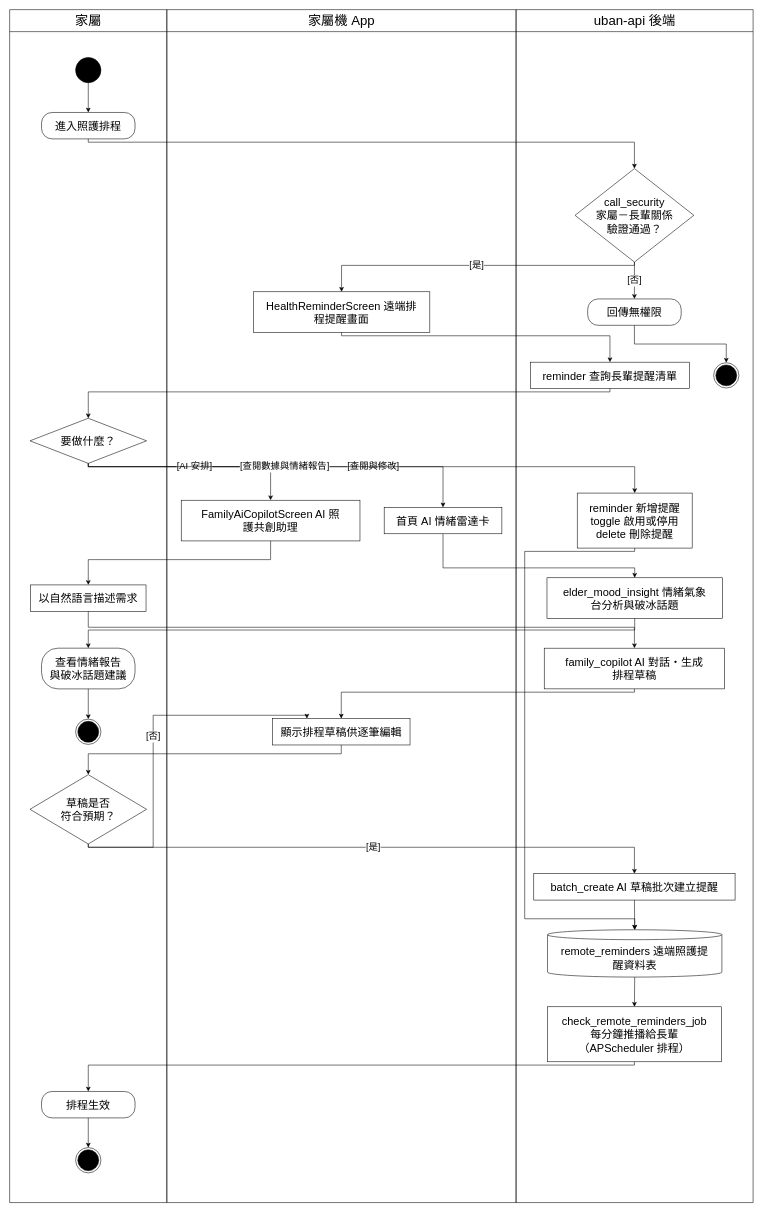
The draw.io diagram Uban System Documents/drawio圖/A14-照護排程管理.drawio in HuangYu-Kai/Uban, before the edit. Source tidied: cells renumbered, new cells numbered last; positions are measured from the earlier drawing's top-left corner, leaving out a move shared by most shapes. Both pictures are drawn from the tidied source at 55%, with x=0, y=0 at pixel (9, 9).
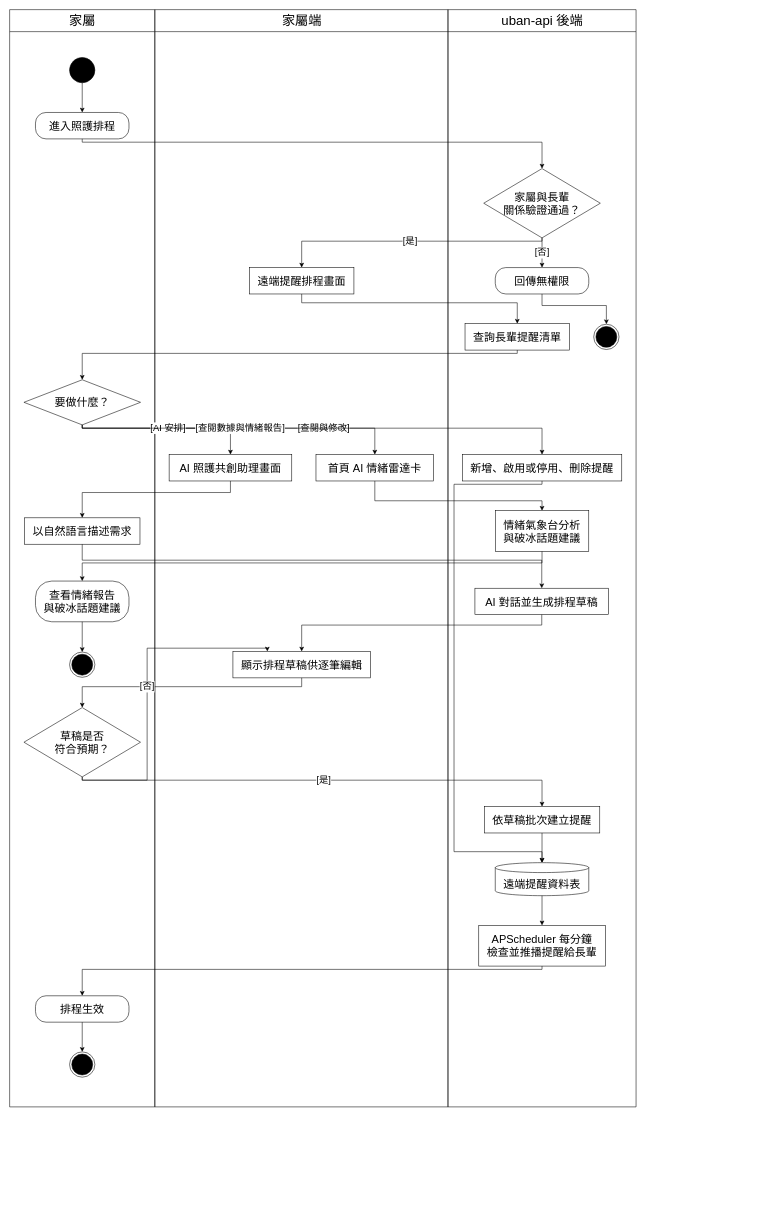
The same page after the edit.

What changed in the source:
```diff
@@
     <mxCell id="2" value="家屬" style="swimlane;html=1;horizontal=1;startSize=40;fillColor=none;strokeColor=#000000;fontSize=24;fontColor=#000000;fontStyle=0;swimlaneFillColor=none;" parent="1" vertex="1">
-      <mxGeometry width="285.8" height="2169" as="geometry" />
+      <mxGeometry width="264" height="1995" as="geometry" />
     </mxCell>
-    <mxCell id="3" value="家屬機 App" style="swimlane;html=1;horizontal=1;startSize=40;fillColor=none;strokeColor=#000000;fontSize=24;fontColor=#000000;fontStyle=0;swimlaneFillColor=none;" parent="1" vertex="1">
-      <mxGeometry x="285.8" width="635" height="2169" as="geometry" />
+    <mxCell id="3" value="家屬端" style="swimlane;html=1;horizontal=1;startSize=40;fillColor=none;strokeColor=#000000;fontSize=24;fontColor=#000000;fontStyle=0;swimlaneFillColor=none;" parent="1" vertex="1">
+      <mxGeometry x="264" width="533" height="1995" as="geometry" />
     </mxCell>
     <mxCell id="4" value="uban-api 後端" style="swimlane;html=1;horizontal=1;startSize=40;fillColor=none;strokeColor=#000000;fontSize=24;fontColor=#000000;fontStyle=0;swimlaneFillColor=none;" parent="1" vertex="1">
-      <mxGeometry x="920.8" width="431" height="2169" as="geometry" />
+      <mxGeometry x="797" width="342" height="1995" as="geometry" />
     </mxCell>
     <mxCell id="5" style="ellipse;html=1;fillColor=#000000;strokeColor=#000000;" parent="2" vertex="1">
-      <mxGeometry x="120" y="87" width="46" height="46" as="geometry" />
+      <mxGeometry x="109" y="87" width="46" height="46" as="geometry" />
     </mxCell>
     <mxCell id="6" value="進入照護排程" style="rounded=1;arcSize=40;whiteSpace=wrap;html=1;fillColor=#FFFFFF;strokeColor=#000000;fontSize=20;fontColor=#000000;" parent="2" vertex="1">
-      <mxGeometry x="58" y="187" width="170" height="48" as="geometry" />
+      <mxGeometry x="47" y="187" width="170" height="48" as="geometry" />
     </mxCell>
     <mxCell id="7" value="要做什麼？" style="rhombus;whiteSpace=wrap;html=1;fillColor=#FFFFFF;strokeColor=#000000;fontSize=20;fontColor=#000000;" parent="2" vertex="1">
-      <mxGeometry x="37" y="743" width="212" height="82" as="geometry" />
+      <mxGeometry x="26" y="673" width="212" height="82" as="geometry" />
     </mxCell>
     <mxCell id="8" value="以自然語言描述需求" style="rounded=0;whiteSpace=wrap;html=1;fillColor=#FFFFFF;strokeColor=#000000;fontSize=20;fontColor=#000000;" parent="2" vertex="1">
-      <mxGeometry x="38" y="1046" width="210" height="48" as="geometry" />
+      <mxGeometry x="27" y="924" width="210" height="48" as="geometry" />
     </mxCell>
     <mxCell id="9" value="草稿是否&lt;br&gt;符合預期？" style="rhombus;whiteSpace=wrap;html=1;fillColor=#FFFFFF;strokeColor=#000000;fontSize=20;fontColor=#000000;" parent="2" vertex="1">
-      <mxGeometry x="37" y="1391" width="212" height="126" as="geometry" />
+      <mxGeometry x="26" y="1269" width="212" height="126" as="geometry" />
     </mxCell>
     <mxCell id="10" value="排程生效" style="rounded=1;arcSize=40;whiteSpace=wrap;html=1;fillColor=#FFFFFF;strokeColor=#000000;fontSize=20;fontColor=#000000;" parent="2" vertex="1">
-      <mxGeometry x="58" y="1967" width="170" height="48" as="geometry" />
+      <mxGeometry x="47" y="1793" width="170" height="48" as="geometry" />
     </mxCell>
     <mxCell id="11" style="ellipse;html=1;shape=endState;fillColor=#000000;strokeColor=#000000;" parent="2" vertex="1">
-      <mxGeometry x="120" y="2069" width="46" height="46" as="geometry" />
+      <mxGeometry x="109" y="1895" width="46" height="46" as="geometry" />
     </mxCell>
     <mxCell id="12" value="查看情緒報告&lt;br&gt;與破冰話題建議" style="rounded=1;arcSize=40;whiteSpace=wrap;html=1;fillColor=#FFFFFF;strokeColor=#000000;fontSize=20;fontColor=#000000;" parent="2" vertex="1">
-      <mxGeometry x="58" y="1161" width="170" height="74" as="geometry" />
+      <mxGeometry x="47" y="1039" width="170" height="74" as="geometry" />
     </mxCell>
     <mxCell id="13" style="ellipse;html=1;shape=endState;fillColor=#000000;strokeColor=#000000;" parent="2" vertex="1">
-      <mxGeometry x="120" y="1290" width="46" height="46" as="geometry" />
+      <mxGeometry x="109" y="1168" width="46" height="46" as="geometry" />
     </mxCell>
-    <mxCell id="14" value="HealthReminderScreen 遠端排&lt;br&gt;程提醒畫面" style="rounded=0;whiteSpace=wrap;html=1;fillColor=#FFFFFF;strokeColor=#000000;fontSize=20;fontColor=#000000;" parent="3" vertex="1">
-      <mxGeometry x="157.2" y="513" width="321" height="74" as="geometry" />
+    <mxCell id="14" value="遠端提醒排程畫面" style="rounded=0;whiteSpace=wrap;html=1;fillColor=#FFFFFF;strokeColor=#000000;fontSize=20;fontColor=#000000;" parent="3" vertex="1">
+      <mxGeometry x="172" y="469" width="190" height="48" as="geometry" />
     </mxCell>
-    <mxCell id="15" value="FamilyAiCopilotScreen AI 照&lt;br&gt;護共創助理" style="rounded=0;whiteSpace=wrap;html=1;fillColor=#FFFFFF;strokeColor=#000000;fontSize=20;fontColor=#000000;" parent="3" vertex="1">
-      <mxGeometry x="26.2" y="892" width="325" height="74" as="geometry" />
+    <mxCell id="15" value="AI 照護共創助理畫面" style="rounded=0;whiteSpace=wrap;html=1;fillColor=#FFFFFF;strokeColor=#000000;fontSize=20;fontColor=#000000;" parent="3" vertex="1">
+      <mxGeometry x="26" y="809" width="223" height="48" as="geometry" />
     </mxCell>
     <mxCell id="16" value="顯示排程草稿供逐筆編輯" style="rounded=0;whiteSpace=wrap;html=1;fillColor=#FFFFFF;strokeColor=#000000;fontSize=20;fontColor=#000000;" parent="3" vertex="1">
-      <mxGeometry x="192.2" y="1289" width="250" height="48" as="geometry" />
+      <mxGeometry x="142" y="1167" width="250" height="48" as="geometry" />
     </mxCell>
     <mxCell id="17" value="首頁 AI 情緒雷達卡" style="rounded=0;whiteSpace=wrap;html=1;fillColor=#FFFFFF;strokeColor=#000000;fontSize=20;fontColor=#000000;" parent="3" vertex="1">
-      <mxGeometry x="395.2" y="905" width="214" height="48" as="geometry" />
+      <mxGeometry x="293" y="809" width="214" height="48" as="geometry" />
     </mxCell>
-    <mxCell id="18" value="call_security&lt;br&gt;家屬－長輩關係&lt;br&gt;驗證通過？" style="rhombus;whiteSpace=wrap;html=1;fillColor=#FFFFFF;strokeColor=#000000;fontSize=20;fontColor=#000000;" parent="4" vertex="1">
-      <mxGeometry x="107.2" y="289" width="216" height="170" as="geometry" />
+    <mxCell id="18" value="家屬與長輩&lt;br&gt;關係驗證通過？" style="rhombus;whiteSpace=wrap;html=1;fillColor=#FFFFFF;strokeColor=#000000;fontSize=20;fontColor=#000000;" parent="4" vertex="1">
+      <mxGeometry x="65" y="289" width="212" height="126" as="geometry" />
     </mxCell>
-    <mxCell id="19" value="reminder 查詢長輩提醒清單" style="rounded=0;whiteSpace=wrap;html=1;fillColor=#FFFFFF;strokeColor=#000000;fontSize=20;fontColor=#000000;" parent="4" vertex="1">
-      <mxGeometry x="26.2" y="641" width="289" height="48" as="geometry" />
+    <mxCell id="19" value="查詢長輩提醒清單" style="rounded=0;whiteSpace=wrap;html=1;fillColor=#FFFFFF;strokeColor=#000000;fontSize=20;fontColor=#000000;" parent="4" vertex="1">
+      <mxGeometry x="31" y="571" width="190" height="48" as="geometry" />
     </mxCell>
-    <mxCell id="20" value="reminder 新增提醒&lt;br&gt;toggle 啟用或停用&lt;br&gt;delete 刪除提醒" style="rounded=0;whiteSpace=wrap;html=1;fillColor=#FFFFFF;strokeColor=#000000;fontSize=20;fontColor=#000000;" parent="4" vertex="1">
-      <mxGeometry x="111.2" y="879" width="209" height="100" as="geometry" />
+    <mxCell id="20" value="新增、啟用或停用、刪除提醒" style="rounded=0;whiteSpace=wrap;html=1;fillColor=#FFFFFF;strokeColor=#000000;fontSize=20;fontColor=#000000;" parent="4" vertex="1">
+      <mxGeometry x="26" y="809" width="290" height="48" as="geometry" />
     </mxCell>
-    <mxCell id="21" value="family_copilot AI 對話・生成&lt;br&gt;排程草稿" style="rounded=0;whiteSpace=wrap;html=1;fillColor=#FFFFFF;strokeColor=#000000;fontSize=20;fontColor=#000000;" parent="4" vertex="1">
-      <mxGeometry x="51.2" y="1161" width="328" height="74" as="geometry" />
+    <mxCell id="21" value="AI 對話並生成排程草稿" style="rounded=0;whiteSpace=wrap;html=1;fillColor=#FFFFFF;strokeColor=#000000;fontSize=20;fontColor=#000000;" parent="4" vertex="1">
+      <mxGeometry x="49" y="1052" width="243" height="48" as="geometry" />
     </mxCell>
-    <mxCell id="22" value="batch_create AI 草稿批次建立提醒" style="rounded=0;whiteSpace=wrap;html=1;fillColor=#FFFFFF;strokeColor=#000000;fontSize=20;fontColor=#000000;" parent="4" vertex="1">
-      <mxGeometry x="32.2" y="1571" width="366" height="48" as="geometry" />
+    <mxCell id="22" value="依草稿批次建立提醒" style="rounded=0;whiteSpace=wrap;html=1;fillColor=#FFFFFF;strokeColor=#000000;fontSize=20;fontColor=#000000;" parent="4" vertex="1">
+      <mxGeometry x="66" y="1449" width="210" height="48" as="geometry" />
     </mxCell>
-    <mxCell id="23" value="elder_mood_insight 情緒氣象&lt;br&gt;台分析與破冰話題" style="rounded=0;whiteSpace=wrap;html=1;fillColor=#FFFFFF;strokeColor=#000000;fontSize=20;fontColor=#000000;" parent="4" vertex="1">
-      <mxGeometry x="56.2" y="1033" width="319" height="74" as="geometry" />
+    <mxCell id="23" value="情緒氣象台分析&lt;br&gt;與破冰話題建議" style="rounded=0;whiteSpace=wrap;html=1;fillColor=#FFFFFF;strokeColor=#000000;fontSize=20;fontColor=#000000;" parent="4" vertex="1">
+      <mxGeometry x="86" y="911" width="170" height="74" as="geometry" />
     </mxCell>
-    <mxCell id="24" value="check_remote_reminders_job&lt;br&gt;每分鐘推播給長輩&lt;br&gt;（APScheduler 排程）" style="rounded=0;whiteSpace=wrap;html=1;fillColor=#FFFFFF;strokeColor=#000000;fontSize=20;fontColor=#000000;" parent="4" vertex="1">
-      <mxGeometry x="57.2" y="1813" width="316" height="100" as="geometry" />
+    <mxCell id="24" value="APScheduler 每分鐘&lt;br&gt;檢查並推播提醒給長輩" style="rounded=0;whiteSpace=wrap;html=1;fillColor=#FFFFFF;strokeColor=#000000;fontSize=20;fontColor=#000000;" parent="4" vertex="1">
+      <mxGeometry x="56" y="1665" width="230" height="74" as="geometry" />
     </mxCell>
-    <mxCell id="25" value="remote_reminders 遠端照護提&lt;br&gt;醒資料表" style="shape=cylinder3;boundedLbl=1;backgroundOutline=1;size=9;whiteSpace=wrap;html=1;fillColor=#FFFFFF;strokeColor=#000000;fontSize=20;fontColor=#000000;" parent="4" vertex="1">
-      <mxGeometry x="57.2" y="1673" width="317" height="86" as="geometry" />
+    <mxCell id="25" value="遠端提醒資料表" style="shape=cylinder3;boundedLbl=1;backgroundOutline=1;size=9;whiteSpace=wrap;html=1;fillColor=#FFFFFF;strokeColor=#000000;fontSize=20;fontColor=#000000;" parent="4" vertex="1">
+      <mxGeometry x="86" y="1551" width="170" height="60" as="geometry" />
     </mxCell>
     <mxCell id="26" value="回傳無權限" style="rounded=1;arcSize=40;whiteSpace=wrap;html=1;fillColor=#FFFFFF;strokeColor=#000000;fontSize=20;fontColor=#000000;" parent="4" vertex="1">
-      <mxGeometry x="130.2" y="526" width="170" height="48" as="geometry" />
+      <mxGeometry x="86" y="469" width="170" height="48" as="geometry" />
     </mxCell>
     <mxCell id="27" style="ellipse;html=1;shape=endState;fillColor=#000000;strokeColor=#000000;" parent="4" vertex="1">
-      <mxGeometry x="359.2" y="642" width="46" height="46" as="geometry" />
+      <mxGeometry x="265" y="572" width="46" height="46" as="geometry" />
     </mxCell>
@@
     <mxCell id="29" style="edgeStyle=none;rounded=0;html=1;strokeColor=#000000;fontSize=17;fontColor=#000000;labelBackgroundColor=#FFFFFF;endArrow=classic;endFill=1;exitPerimeter=0;entryPerimeter=0;exitX=0.5;exitY=1;exitDx=0;exitDy=0;entryX=0.5;entryY=0;entryDx=0;entryDy=0;" parent="1" edge="1" source="6" target="18">
       <mxGeometry relative="1" as="geometry">
         <Array as="points">
-          <mxPoint x="143" y="241" />
-          <mxPoint x="1136" y="241" />
+          <mxPoint x="132" y="241" />
+          <mxPoint x="968" y="241" />
         </Array>
       </mxGeometry>
     </mxCell>
@@
     <mxCell id="31" value="[是]" style="edgeStyle=none;rounded=0;html=1;strokeColor=#000000;fontSize=17;fontColor=#000000;labelBackgroundColor=#FFFFFF;endArrow=classic;endFill=1;exitPerimeter=0;entryPerimeter=0;exitX=0.5;exitY=1;exitDx=0;exitDy=0;entryX=0.5;entryY=0;entryDx=0;entryDy=0;" parent="1" edge="1" source="18" target="14">
       <mxGeometry relative="1" as="geometry">
         <Array as="points">
-          <mxPoint x="1136" y="465" />
-          <mxPoint x="603.5" y="465" />
+          <mxPoint x="968" y="421" />
+          <mxPoint x="531" y="421" />
         </Array>
       </mxGeometry>
     </mxCell>
     <mxCell id="32" style="edgeStyle=none;rounded=0;html=1;strokeColor=#000000;fontSize=17;fontColor=#000000;labelBackgroundColor=#FFFFFF;endArrow=classic;endFill=1;exitPerimeter=0;entryPerimeter=0;exitX=0.5;exitY=1;exitDx=0;exitDy=0;entryX=0.5;entryY=0;entryDx=0;entryDy=0;" parent="1" edge="1" source="14" target="19">
       <mxGeometry relative="1" as="geometry">
         <Array as="points">
-          <mxPoint x="603.5" y="593" />
-          <mxPoint x="1091.5" y="593" />
+          <mxPoint x="531" y="533" />
+          <mxPoint x="923" y="533" />
         </Array>
       </mxGeometry>
     </mxCell>
     <mxCell id="33" style="edgeStyle=none;rounded=0;html=1;strokeColor=#000000;fontSize=17;fontColor=#000000;labelBackgroundColor=#FFFFFF;endArrow=classic;endFill=1;exitPerimeter=0;entryPerimeter=0;exitX=0.5;exitY=1;exitDx=0;exitDy=0;entryX=0.5;entryY=0;entryDx=0;entryDy=0;" parent="1" edge="1" source="19" target="7">
       <mxGeometry relative="1" as="geometry">
         <Array as="points">
-          <mxPoint x="1091.5" y="695" />
-          <mxPoint x="143" y="695" />
+          <mxPoint x="923" y="625" />
+          <mxPoint x="132" y="625" />
         </Array>
       </mxGeometry>
     </mxCell>
     <mxCell id="34" value="[查閱與修改]" style="edgeStyle=none;rounded=0;html=1;strokeColor=#000000;fontSize=17;fontColor=#000000;labelBackgroundColor=#FFFFFF;endArrow=classic;endFill=1;exitPerimeter=0;entryPerimeter=0;exitX=0.5;exitY=1;exitDx=0;exitDy=0;entryX=0.5;entryY=0;entryDx=0;entryDy=0;" parent="1" edge="1" source="7" target="20">
       <mxGeometry relative="1" as="geometry">
         <Array as="points">
-          <mxPoint x="143" y="831" />
-          <mxPoint x="1136.5" y="831" />
+          <mxPoint x="132" y="761" />
+          <mxPoint x="968" y="761" />
         </Array>
       </mxGeometry>
     </mxCell>
     <mxCell id="35" style="edgeStyle=none;rounded=0;html=1;strokeColor=#000000;fontSize=17;fontColor=#000000;labelBackgroundColor=#FFFFFF;endArrow=classic;endFill=1;exitPerimeter=0;entryPerimeter=0;exitX=0.5;exitY=1;exitDx=0;exitDy=0;entryX=0.5;entryY=0;entryDx=0;entryDy=0;" parent="1" edge="1" source="20" target="25">
       <mxGeometry relative="1" as="geometry">
         <Array as="points">
-          <mxPoint x="1136.5" y="985" />
-          <mxPoint x="936.5" y="985" />
-          <mxPoint x="936.5" y="1653" />
-          <mxPoint x="1136.5" y="1653" />
+          <mxPoint x="968" y="863" />
+          <mxPoint x="808" y="863" />
+          <mxPoint x="808" y="1531" />
+          <mxPoint x="968" y="1531" />
         </Array>
       </mxGeometry>
     </mxCell>
     <mxCell id="36" value="[AI 安排]" style="edgeStyle=none;rounded=0;html=1;strokeColor=#000000;fontSize=17;fontColor=#000000;labelBackgroundColor=#FFFFFF;endArrow=classic;endFill=1;exitPerimeter=0;entryPerimeter=0;exitX=0.5;exitY=1;exitDx=0;exitDy=0;entryX=0.5;entryY=0;entryDx=0;entryDy=0;" parent="1" edge="1" source="7" target="15">
       <mxGeometry relative="1" as="geometry">
         <Array as="points">
-          <mxPoint x="143" y="831" />
-          <mxPoint x="474.5" y="831" />
+          <mxPoint x="132" y="761" />
+          <mxPoint x="401.5" y="761" />
         </Array>
       </mxGeometry>
     </mxCell>
     <mxCell id="37" style="edgeStyle=none;rounded=0;html=1;strokeColor=#000000;fontSize=17;fontColor=#000000;labelBackgroundColor=#FFFFFF;endArrow=classic;endFill=1;exitPerimeter=0;entryPerimeter=0;exitX=0.5;exitY=1;exitDx=0;exitDy=0;entryX=0.5;entryY=0;entryDx=0;entryDy=0;" parent="1" edge="1" source="15" target="8">
       <mxGeometry relative="1" as="geometry">
         <Array as="points">
-          <mxPoint x="474.5" y="1000" />
-          <mxPoint x="143" y="1000" />
+          <mxPoint x="401.5" y="878" />
+          <mxPoint x="132" y="878" />
         </Array>
       </mxGeometry>
     </mxCell>
     <mxCell id="38" style="edgeStyle=none;rounded=0;html=1;strokeColor=#000000;fontSize=17;fontColor=#000000;labelBackgroundColor=#FFFFFF;endArrow=classic;endFill=1;exitPerimeter=0;entryPerimeter=0;exitX=0.5;exitY=1;exitDx=0;exitDy=0;entryX=0.5;entryY=0;entryDx=0;entryDy=0;" parent="1" edge="1" source="8" target="21">
       <mxGeometry relative="1" as="geometry">
         <Array as="points">
-          <mxPoint x="143" y="1123" />
-          <mxPoint x="1136" y="1123" />
+          <mxPoint x="132" y="1001" />
+          <mxPoint x="967.5" y="1001" />
         </Array>
       </mxGeometry>
     </mxCell>
     <mxCell id="39" style="edgeStyle=none;rounded=0;html=1;strokeColor=#000000;fontSize=17;fontColor=#000000;labelBackgroundColor=#FFFFFF;endArrow=classic;endFill=1;exitPerimeter=0;entryPerimeter=0;exitX=0.5;exitY=1;exitDx=0;exitDy=0;entryX=0.5;entryY=0;entryDx=0;entryDy=0;" parent="1" edge="1" source="21" target="16">
       <mxGeometry relative="1" as="geometry">
         <Array as="points">
-          <mxPoint x="1136" y="1241" />
-          <mxPoint x="603" y="1241" />
+          <mxPoint x="967.5" y="1119" />
+          <mxPoint x="531" y="1119" />
         </Array>
       </mxGeometry>
     </mxCell>
     <mxCell id="40" style="edgeStyle=none;rounded=0;html=1;strokeColor=#000000;fontSize=17;fontColor=#000000;labelBackgroundColor=#FFFFFF;endArrow=classic;endFill=1;exitPerimeter=0;entryPerimeter=0;exitX=0.5;exitY=1;exitDx=0;exitDy=0;entryX=0.5;entryY=0;entryDx=0;entryDy=0;" parent="1" edge="1" source="16" target="9">
       <mxGeometry relative="1" as="geometry">
         <Array as="points">
-          <mxPoint x="603" y="1353" />
-          <mxPoint x="143" y="1353" />
+          <mxPoint x="531" y="1231" />
+          <mxPoint x="132" y="1231" />
         </Array>
       </mxGeometry>
     </mxCell>
     <mxCell id="41" value="[否]" style="edgeStyle=none;rounded=0;html=1;strokeColor=#000000;fontSize=17;fontColor=#000000;labelBackgroundColor=#FFFFFF;endArrow=classic;endFill=1;exitPerimeter=0;entryPerimeter=0;exitX=0.5;exitY=1;exitDx=0;exitDy=0;entryX=0.25;entryY=0;entryDx=0;entryDy=0;" parent="1" edge="1" source="9" target="16">
       <mxGeometry relative="1" as="geometry">
         <Array as="points">
-          <mxPoint x="143" y="1523" />
-          <mxPoint x="261" y="1523" />
-          <mxPoint x="261" y="1283" />
-          <mxPoint x="540.5" y="1283" />
+          <mxPoint x="132" y="1401" />
+          <mxPoint x="250" y="1401" />
+          <mxPoint x="250" y="1161" />
+          <mxPoint x="468.5" y="1161" />
         </Array>
       </mxGeometry>
     </mxCell>
     <mxCell id="42" value="[是]" style="edgeStyle=none;rounded=0;html=1;strokeColor=#000000;fontSize=17;fontColor=#000000;labelBackgroundColor=#FFFFFF;endArrow=classic;endFill=1;exitPerimeter=0;entryPerimeter=0;exitX=0.5;exitY=1;exitDx=0;exitDy=0;entryX=0.5;entryY=0;entryDx=0;entryDy=0;" parent="1" edge="1" source="9" target="22">
       <mxGeometry relative="1" as="geometry">
         <Array as="points">
-          <mxPoint x="143" y="1523" />
-          <mxPoint x="1136" y="1523" />
+          <mxPoint x="132" y="1401" />
+          <mxPoint x="968" y="1401" />
         </Array>
       </mxGeometry>
     </mxCell>
@@
     <mxCell id="44" value="[查閱數據與情緒報告]" style="edgeStyle=none;rounded=0;html=1;strokeColor=#000000;fontSize=17;fontColor=#000000;labelBackgroundColor=#FFFFFF;endArrow=classic;endFill=1;exitPerimeter=0;entryPerimeter=0;exitX=0.5;exitY=1;exitDx=0;exitDy=0;entryX=0.5;entryY=0;entryDx=0;entryDy=0;" parent="1" edge="1" source="7" target="17">
       <mxGeometry relative="1" as="geometry">
         <Array as="points">
-          <mxPoint x="143" y="831" />
-          <mxPoint x="788" y="831" />
+          <mxPoint x="132" y="761" />
+          <mxPoint x="664" y="761" />
         </Array>
       </mxGeometry>
     </mxCell>
     <mxCell id="45" style="edgeStyle=none;rounded=0;html=1;strokeColor=#000000;fontSize=17;fontColor=#000000;labelBackgroundColor=#FFFFFF;endArrow=classic;endFill=1;exitPerimeter=0;entryPerimeter=0;exitX=0.5;exitY=1;exitDx=0;exitDy=0;entryX=0.5;entryY=0;entryDx=0;entryDy=0;" parent="1" edge="1" source="17" target="23">
       <mxGeometry relative="1" as="geometry">
         <Array as="points">
-          <mxPoint x="788" y="1015" />
-          <mxPoint x="1136.5" y="1015" />
+          <mxPoint x="664" y="893" />
+          <mxPoint x="968" y="893" />
         </Array>
       </mxGeometry>
     </mxCell>
     <mxCell id="46" style="edgeStyle=none;rounded=0;html=1;strokeColor=#000000;fontSize=17;fontColor=#000000;labelBackgroundColor=#FFFFFF;endArrow=classic;endFill=1;exitPerimeter=0;entryPerimeter=0;exitX=0.5;exitY=1;exitDx=0;exitDy=0;entryX=0.5;entryY=0;entryDx=0;entryDy=0;" parent="1" edge="1" source="23" target="12">
       <mxGeometry relative="1" as="geometry">
         <Array as="points">
-          <mxPoint x="1136.5" y="1128" />
-          <mxPoint x="143" y="1128" />
+          <mxPoint x="968" y="1006" />
+          <mxPoint x="132" y="1006" />
         </Array>
       </mxGeometry>
     </mxCell>
@@
     <mxCell id="48" style="edgeStyle=none;rounded=0;html=1;strokeColor=#000000;fontSize=17;fontColor=#000000;labelBackgroundColor=#FFFFFF;endArrow=classic;endFill=1;exitPerimeter=0;entryPerimeter=0;exitX=0.5;exitY=1;exitDx=0;exitDy=0;entryX=0.5;entryY=0;entryDx=0;entryDy=0;" parent="1" edge="1" source="24" target="10">
       <mxGeometry relative="1" as="geometry">
         <Array as="points">
-          <mxPoint x="1136" y="1919" />
-          <mxPoint x="143" y="1919" />
+          <mxPoint x="968" y="1745" />
+          <mxPoint x="132" y="1745" />
         </Array>
       </mxGeometry>
     </mxCell>
@@
     <mxCell id="51" style="edgeStyle=none;rounded=0;html=1;strokeColor=#000000;fontSize=17;fontColor=#000000;labelBackgroundColor=#FFFFFF;endArrow=classic;endFill=1;exitPerimeter=0;entryPerimeter=0;exitX=0.5;exitY=1;exitDx=0;exitDy=0;entryX=0.5;entryY=0;entryDx=0;entryDy=0;" parent="1" edge="1" source="26" target="27">
       <mxGeometry relative="1" as="geometry">
         <Array as="points">
-          <mxPoint x="1136" y="608" />
-          <mxPoint x="1303" y="608" />
+          <mxPoint x="968" y="538" />
+          <mxPoint x="1085" y="538" />
         </Array>
       </mxGeometry>
     </mxCell>
```
